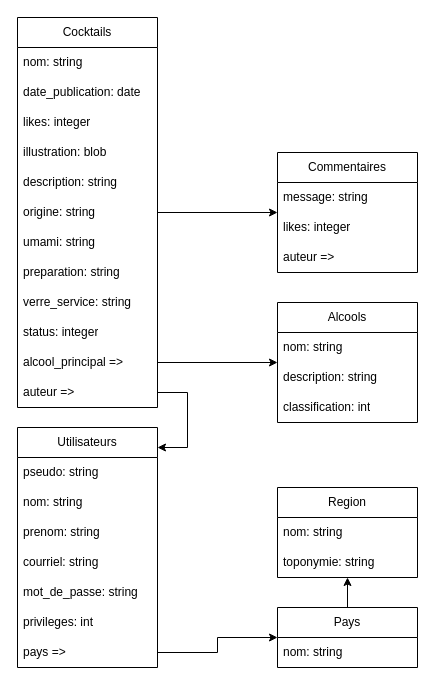
Earlier version of the draw.io diagram documentation/modele_conceptuel.drawio (Cocktail-Wizard/Cocktail_Wizard). Source tidied: cells renumbered, new cells numbered last; positions are measured from the earlier drawing's top-left corner, leaving out a move shared by most shapes. Both pictures are drawn from the tidied source at 100%, with x=0, y=0 at pixel (17, 17).
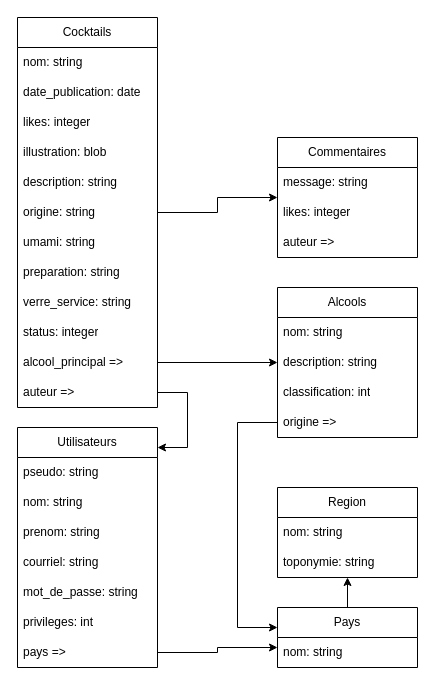
After the change.

Commit message (it also covers changes not shown here):
Ajout de l'origine d'un alcool

The change refers to these unchanged cells:
```xml
<mxCell id="27" value="pays =&amp;gt;" style="text;strokeColor=none;fillColor=none;align=left;verticalAlign=middle;spacingLeft=4;spacingRight=4;overflow=hidden;points=[[0,0.5],[1,0.5]];portConstraint=eastwest;whiteSpace=wrap;html=1;" parent="20" vertex="1">
  <mxGeometry y="210" width="140" height="30" as="geometry" />
</mxCell>
<mxCell id="29" value="Pays" style="swimlane;fontStyle=0;horizontal=1;startSize=30;whiteSpace=wrap;html=1;" parent="1" vertex="1">
  <mxGeometry x="260" y="590" width="140" height="60" as="geometry" />
</mxCell>
```

Diff of the diagram source:
```diff
@@
     <mxCell id="16" value="Commentaires" style="swimlane;fontStyle=0;horizontal=1;startSize=30;whiteSpace=wrap;html=1;" parent="1" vertex="1">
-      <mxGeometry x="260" y="135" width="140" height="120" as="geometry" />
+      <mxGeometry x="260" y="120" width="140" height="120" as="geometry" />
     </mxCell>
@@
     <mxCell id="34" value="Alcools" style="swimlane;fontStyle=0;horizontal=1;startSize=30;whiteSpace=wrap;html=1;" parent="1" vertex="1">
-      <mxGeometry x="260" y="285" width="140" height="120" as="geometry" />
+      <mxGeometry x="260" y="270" width="140" height="150" as="geometry" />
     </mxCell>
@@
+    <mxCell id="41" value="origine =&amp;gt;" style="text;strokeColor=none;fillColor=none;align=left;verticalAlign=middle;spacingLeft=4;spacingRight=4;overflow=hidden;points=[[0,0.5],[1,0.5]];portConstraint=eastwest;whiteSpace=wrap;html=1;" parent="34" vertex="1">
+      <mxGeometry y="120" width="140" height="30" as="geometry" />
+    </mxCell>
     <mxCell id="38" style="edgeStyle=orthogonalEdgeStyle;rounded=0;jettySize=auto;html=1;" parent="1" edge="1" source="27" target="29">
-      <mxGeometry relative="1" as="geometry" />
+      <mxGeometry relative="1" as="geometry">
+        <Array as="points">
+          <mxPoint x="200" y="635" />
+          <mxPoint x="200" y="630" />
+        </Array>
+      </mxGeometry>
     </mxCell>
@@
+    <mxCell id="42" style="edgeStyle=orthogonalEdgeStyle;rounded=0;jettySize=auto;html=1;" parent="1" edge="1" source="41" target="29">
+      <mxGeometry relative="1" as="geometry">
+        <Array as="points">
+          <mxPoint x="220" y="405" />
+          <mxPoint x="220" y="610" />
+        </Array>
+      </mxGeometry>
+    </mxCell>
```
